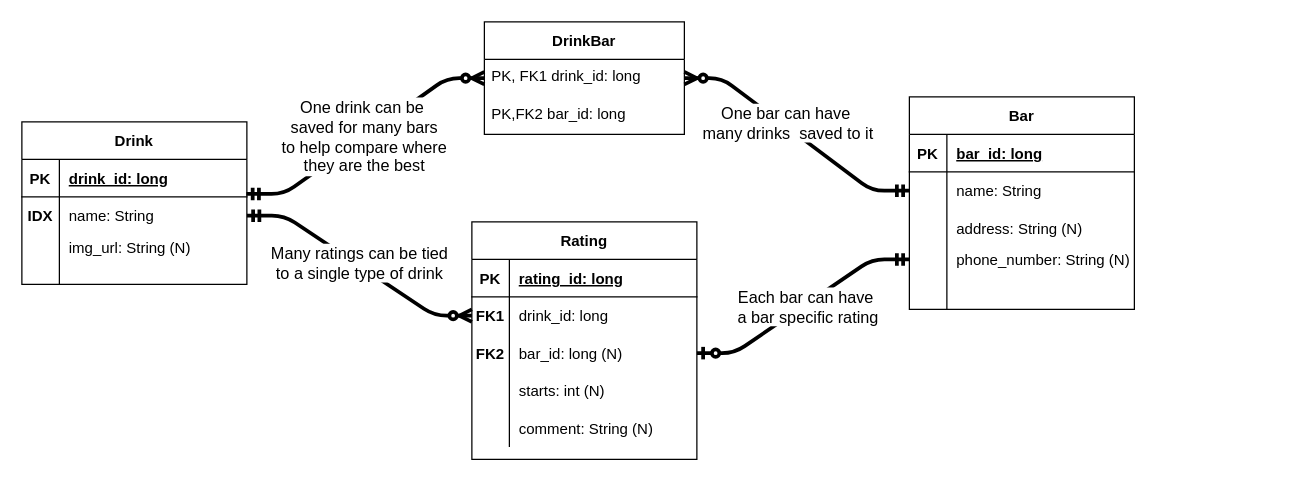
This is docs/img/drawio/erd.drawio from tnordquist/personal-android-project-rbrazell1, a draw.io file, before an edit. Source tidied: cells renumbered, new cells numbered last; positions are measured from the earlier drawing's top-left corner, leaving out a move shared by most shapes. Both pictures are drawn from the tidied source at 125%, with x=0, y=0 at pixel (21, 21).
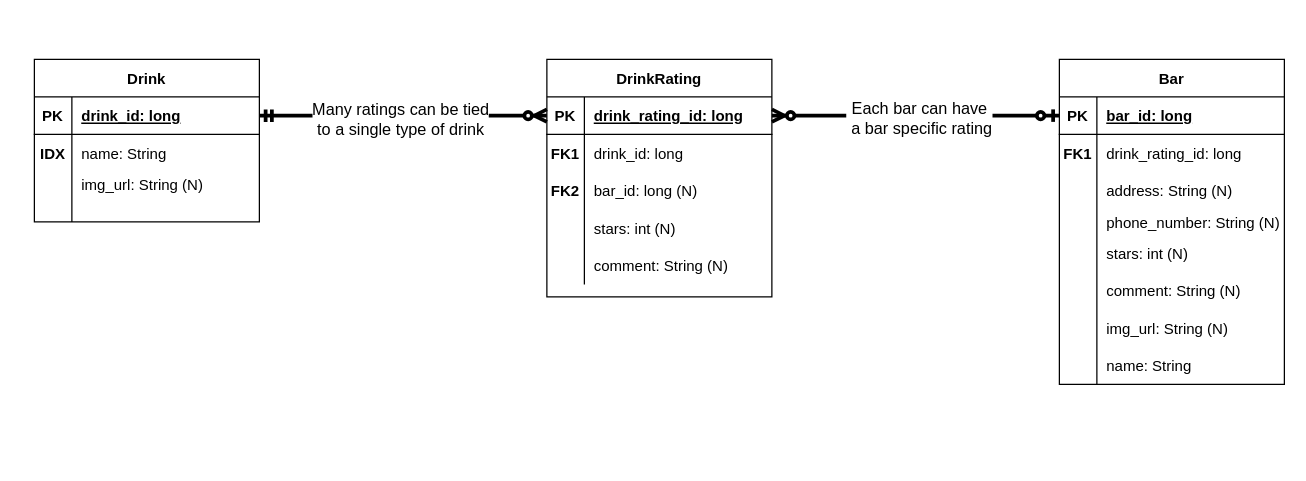
After the change.

Unchanged cells that the change refers to:
```xml
<mxCell id="3" style="shape=partialRectangle;fillColor=none;top=0;left=0;bottom=1;right=0;points=[[0,0.5],[1,0.5]];portConstraint=eastwest;" parent="2" vertex="1">
  <mxGeometry y="30" width="180" height="30" as="geometry" />
</mxCell>
<mxCell id="6" style="shape=partialRectangle;fillColor=none;top=0;left=0;bottom=0;right=0;points=[[0,0.5],[1,0.5]];portConstraint=eastwest;" parent="2" vertex="1">
  <mxGeometry y="60" width="180" height="30" as="geometry" />
</mxCell>
<mxCell id="16" style="shape=partialRectangle;fillColor=none;top=0;left=0;bottom=1;right=0;points=[[0,0.5],[1,0.5]];portConstraint=eastwest;" parent="15" vertex="1">
  <mxGeometry y="30" width="180" height="30" as="geometry" />
</mxCell>
<mxCell id="19" style="shape=partialRectangle;fillColor=none;top=0;left=0;bottom=0;right=0;points=[[0,0.5],[1,0.5]];portConstraint=eastwest;" parent="15" vertex="1">
  <mxGeometry y="60" width="180" height="30" as="geometry" />
</mxCell>
<mxCell id="25" style="shape=partialRectangle;fillColor=none;top=0;left=0;bottom=0;right=0;points=[[0,0.5],[1,0.5]];portConstraint=eastwest;" parent="15" vertex="1">
  <mxGeometry y="120" width="180" height="20" as="geometry" />
</mxCell>
<mxCell id="28" style="shape=partialRectangle;fillColor=none;top=0;left=0;bottom=0;right=0;" parent="15" vertex="1">
  <mxGeometry y="140" width="180" height="30" as="geometry" />
</mxCell>
<mxCell id="43" style="shape=partialRectangle;fillColor=none;top=0;left=0;bottom=1;right=0;points=[[0,0.5],[1,0.5]];portConstraint=eastwest;" parent="42" vertex="1">
  <mxGeometry y="30" width="180" height="30" as="geometry" />
</mxCell>
<mxCell id="46" style="shape=partialRectangle;fillColor=none;top=0;left=0;bottom=0;right=0;points=[[0,0.5],[1,0.5]];portConstraint=eastwest;" parent="42" vertex="1">
  <mxGeometry y="60" width="180" height="30" as="geometry" />
</mxCell>
<mxCell id="49" style="shape=partialRectangle;fillColor=none;top=0;left=0;bottom=0;right=0;points=[[0,0.5],[1,0.5]];portConstraint=eastwest;" parent="42" vertex="1">
  <mxGeometry y="90" width="180" height="30" as="geometry" />
</mxCell>
<mxCell id="52" style="shape=partialRectangle;fillColor=none;top=0;left=0;bottom=0;right=0;" parent="42" vertex="1">
  <mxGeometry y="120" width="180" height="30" as="geometry" />
</mxCell>
```

Diff of the diagram source:
```diff
@@
     <mxCell id="2" value="Drink" style="shape=table;startSize=30;childLayout=tableLayout;rowLines=0;fontStyle=1;align=center;" parent="1" vertex="1">
-      <mxGeometry y="80" width="180" height="130" as="geometry" />
+      <mxGeometry x="10" y="30" width="180" height="130" as="geometry" />
     </mxCell>
@@
     <mxCell id="15" value="Bar" style="shape=table;startSize=30;childLayout=tableLayout;rowLines=0;fontStyle=1;align=center;" parent="1" vertex="1">
-      <mxGeometry x="710" y="60" width="180" height="170" as="geometry" />
+      <mxGeometry x="830" y="30" width="180" height="260" as="geometry" />
     </mxCell>
@@
-    <mxCell id="20" style="shape=partialRectangle;fillColor=none;top=0;left=0;bottom=0;right=0;overflow=hidden;" parent="19" vertex="1">
+    <mxCell id="20" value="FK1" style="shape=partialRectangle;fillColor=none;top=0;left=0;bottom=0;right=0;overflow=hidden;fontStyle=1;" parent="19" vertex="1">
       <mxGeometry width="30" height="30" as="geometry" />
     </mxCell>
-    <mxCell id="21" value="name: String" style="shape=partialRectangle;fillColor=none;top=0;left=0;bottom=0;right=0;align=left;spacingLeft=6;overflow=hidden;" parent="19" vertex="1">
+    <mxCell id="21" value="drink_rating_id: long" style="shape=partialRectangle;fillColor=none;top=0;left=0;bottom=0;right=0;align=left;spacingLeft=6;overflow=hidden;" parent="19" vertex="1">
       <mxGeometry x="30" width="150" height="30" as="geometry" />
     </mxCell>
@@
-    <mxCell id="30" style="shape=partialRectangle;fillColor=none;top=0;left=0;bottom=0;right=0;align=left;spacingLeft=6;overflow=hidden;" parent="28" vertex="1">
+    <mxCell id="30" value="stars: int (N)" style="shape=partialRectangle;fillColor=none;top=0;left=0;bottom=0;right=0;align=left;spacingLeft=6;overflow=hidden;" parent="28" vertex="1">
       <mxGeometry x="30" width="150" height="30" as="geometry" />
     </mxCell>
+    <mxCell id="58" style="shape=partialRectangle;fillColor=none;top=0;left=0;bottom=0;right=0;" parent="15" vertex="1">
+      <mxGeometry y="170" width="180" height="30" as="geometry" />
+    </mxCell>
+    <mxCell id="59" style="shape=partialRectangle;fillColor=none;top=0;left=0;bottom=0;right=0;overflow=hidden;" parent="58" vertex="1">
+      <mxGeometry width="30" height="30" as="geometry" />
+    </mxCell>
+    <mxCell id="60" value="comment: String (N)" style="shape=partialRectangle;fillColor=none;top=0;left=0;bottom=0;right=0;align=left;spacingLeft=6;overflow=hidden;" parent="58" vertex="1">
+      <mxGeometry x="30" width="150" height="30" as="geometry" />
+    </mxCell>
+    <mxCell id="61" style="shape=partialRectangle;fillColor=none;top=0;left=0;bottom=0;right=0;" parent="15" vertex="1">
+      <mxGeometry y="200" width="180" height="30" as="geometry" />
+    </mxCell>
+    <mxCell id="62" style="shape=partialRectangle;fillColor=none;top=0;left=0;bottom=0;right=0;overflow=hidden;" parent="61" vertex="1">
+      <mxGeometry width="30" height="30" as="geometry" />
+    </mxCell>
+    <mxCell id="63" value="img_url: String (N)" style="shape=partialRectangle;fillColor=none;top=0;left=0;bottom=0;right=0;align=left;spacingLeft=6;overflow=hidden;" parent="61" vertex="1">
+      <mxGeometry x="30" width="150" height="30" as="geometry" />
+    </mxCell>
+    <mxCell id="64" style="shape=partialRectangle;fillColor=none;top=0;left=0;bottom=0;right=0;" parent="15" vertex="1">
+      <mxGeometry y="230" width="180" height="30" as="geometry" />
+    </mxCell>
+    <mxCell id="65" style="shape=partialRectangle;fillColor=none;top=0;left=0;bottom=0;right=0;overflow=hidden;" parent="64" vertex="1">
+      <mxGeometry width="30" height="30" as="geometry" />
+    </mxCell>
+    <mxCell id="66" value="name: String" style="shape=partialRectangle;fillColor=none;top=0;left=0;bottom=0;right=0;align=left;spacingLeft=6;overflow=hidden;" parent="64" vertex="1">
+      <mxGeometry x="30" width="150" height="30" as="geometry" />
+    </mxCell>
-    <mxCell id="31" style="edgeStyle=entityRelationEdgeStyle;fontSize=12;html=1;endArrow=ERzeroToMany;startArrow=ERmandOne;strokeWidth=3;exitX=1;exitY=0.5;exitDx=0;exitDy=0;entryX=0;entryY=0.5;entryDx=0;entryDy=0;" parent="1" edge="1" source="6" target="46">
+    <mxCell id="31" style="edgeStyle=entityRelationEdgeStyle;fontSize=12;html=1;endArrow=ERzeroToMany;startArrow=ERmandOne;strokeWidth=3;exitX=1;exitY=0.5;exitDx=0;exitDy=0;entryX=0;entryY=0.5;entryDx=0;entryDy=0;" parent="1" edge="1" source="3" target="43">
       <mxGeometry relative="1" as="geometry" />
     </mxCell>
@@
-    <mxCell id="33" value="DrinkBar" style="shape=table;startSize=30;childLayout=tableLayout;rowLines=0;fontStyle=1;align=center;" parent="1" vertex="1">
-      <mxGeometry x="370" width="160" height="90" as="geometry" />
-    </mxCell>
-    <mxCell id="34" value="PK, FK1 drink_id: long" style="text;strokeColor=none;fillColor=none;spacingLeft=4;spacingRight=4;overflow=hidden;points=[[0,0.5],[1,0.5]];portConstraint=eastwest;fontSize=12;" parent="33" vertex="1">
-      <mxGeometry y="30" width="160" height="30" as="geometry" />
-    </mxCell>
-    <mxCell id="35" value="PK,FK2 bar_id: long" style="text;strokeColor=none;fillColor=none;spacingLeft=4;spacingRight=4;overflow=hidden;fontSize=12;" parent="33" vertex="1">
-      <mxGeometry y="60" width="160" height="30" as="geometry" />
-    </mxCell>
-    <mxCell id="36" style="edgeStyle=entityRelationEdgeStyle;fontSize=12;html=1;endArrow=ERzeroToMany;startArrow=ERmandOne;strokeWidth=3;exitX=0.998;exitY=-0.077;exitDx=0;exitDy=0;exitPerimeter=0;entryX=0;entryY=0.5;entryDx=0;entryDy=0;" parent="1" edge="1" source="6" target="34">
-      <mxGeometry relative="1" as="geometry" />
-    </mxCell>
-    <mxCell id="37" value="&lt;font style=&quot;font-size: 13px&quot;&gt;One drink can be&lt;br&gt;&amp;nbsp;saved for many bars&lt;br&gt;&amp;nbsp;to help compare where&lt;br&gt;&amp;nbsp;they are the best&lt;/font&gt;" style="edgeLabel;html=1;align=center;verticalAlign=middle;" parent="36" vertex="1">
-      <mxGeometry x="-0.03" y="2" relative="1" as="geometry" />
-    </mxCell>
-    <mxCell id="38" style="edgeStyle=entityRelationEdgeStyle;fontSize=12;html=1;endArrow=ERzeroToMany;startArrow=ERmandOne;strokeWidth=3;exitX=0;exitY=0.5;exitDx=0;exitDy=0;entryX=1;entryY=0.5;entryDx=0;entryDy=0;" parent="1" edge="1" source="19" target="34">
-      <mxGeometry relative="1" as="geometry" />
-    </mxCell>
-    <mxCell id="39" value="&lt;font style=&quot;font-size: 13px&quot;&gt;One bar can have&lt;br&gt;&amp;nbsp;many drinks&amp;nbsp; saved to it&lt;/font&gt;" style="edgeLabel;html=1;align=center;verticalAlign=middle;" parent="38" vertex="1">
-      <mxGeometry x="0.12" y="-2" relative="1" as="geometry" />
-    </mxCell>
-    <mxCell id="40" style="edgeStyle=entityRelationEdgeStyle;fontSize=12;html=1;endArrow=ERzeroToOne;startArrow=ERmandOne;strokeWidth=3;exitX=0;exitY=0.5;exitDx=0;exitDy=0;entryX=1;entryY=0.5;entryDx=0;entryDy=0;" parent="1" edge="1" source="25" target="49">
+    <mxCell id="40" style="edgeStyle=entityRelationEdgeStyle;fontSize=12;html=1;endArrow=ERzeroToMany;startArrow=ERzeroToOne;strokeWidth=3;exitX=0;exitY=0.5;exitDx=0;exitDy=0;entryX=1;entryY=0.5;entryDx=0;entryDy=0;startFill=1;endFill=1;" parent="1" edge="1" source="16" target="43">
       <mxGeometry relative="1" as="geometry" />
     </mxCell>
@@
-    <mxCell id="42" value="Rating" style="shape=table;startSize=30;childLayout=tableLayout;rowLines=0;fontStyle=1;align=center;" parent="1" vertex="1">
-      <mxGeometry x="360" y="160" width="180" height="190" as="geometry" />
+    <mxCell id="42" value="DrinkRating" style="shape=table;startSize=30;childLayout=tableLayout;rowLines=0;fontStyle=1;align=center;" parent="1" vertex="1">
+      <mxGeometry x="420" y="30" width="180" height="190" as="geometry" />
     </mxCell>
@@
-    <mxCell id="45" value="rating_id: long" style="shape=partialRectangle;fillColor=none;top=0;left=0;bottom=0;right=0;align=left;spacingLeft=6;fontStyle=5;overflow=hidden;" parent="43" vertex="1">
+    <mxCell id="45" value="drink_rating_id: long" style="shape=partialRectangle;fillColor=none;top=0;left=0;bottom=0;right=0;align=left;spacingLeft=6;fontStyle=5;overflow=hidden;" parent="43" vertex="1">
       <mxGeometry x="30" width="150" height="30" as="geometry" />
     </mxCell>
@@
-    <mxCell id="54" value="starts: int (N)" style="shape=partialRectangle;fillColor=none;top=0;left=0;bottom=0;right=0;align=left;spacingLeft=6;overflow=hidden;" parent="52" vertex="1">
+    <mxCell id="54" value="stars: int (N)" style="shape=partialRectangle;fillColor=none;top=0;left=0;bottom=0;right=0;align=left;spacingLeft=6;overflow=hidden;" parent="52" vertex="1">
       <mxGeometry x="30" width="150" height="30" as="geometry" />
     </mxCell>
```
